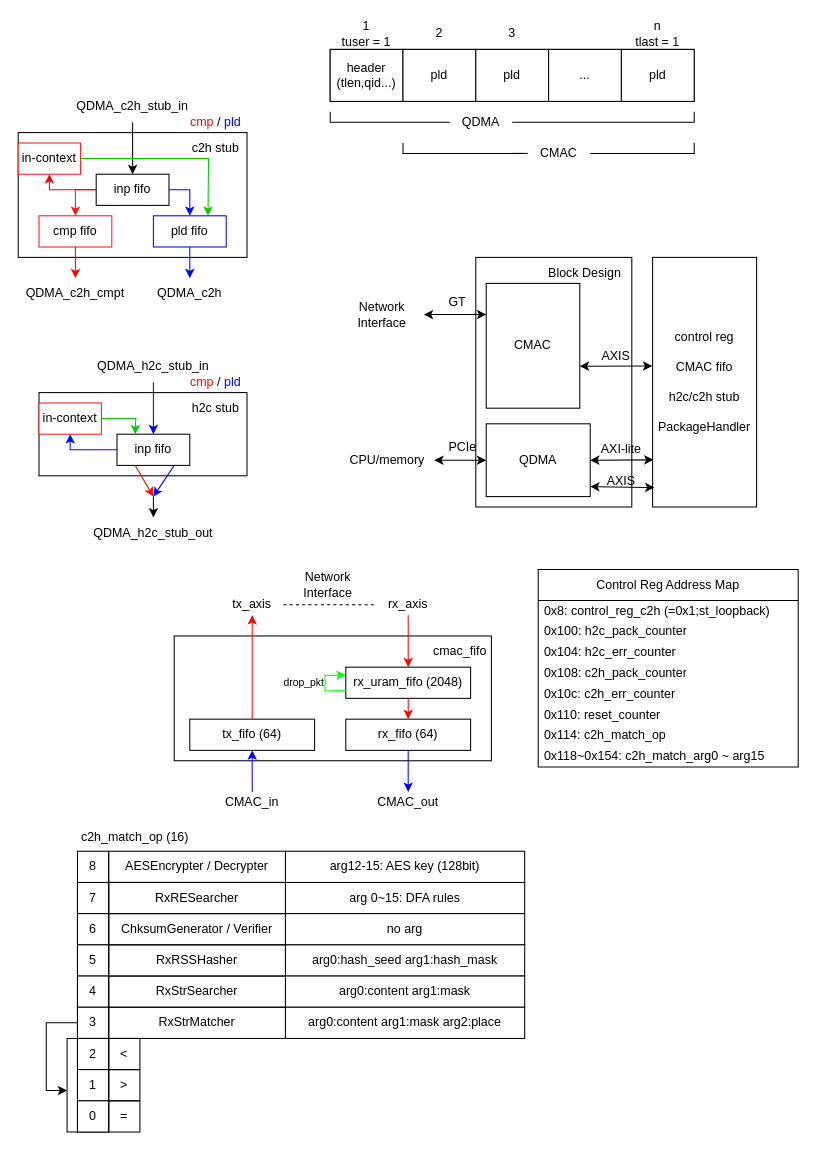
Above: drawio/stubs.drawio in Gwins7/SmartNIC (draw.io), before the change. Source tidied: cells renumbered, new cells numbered last; positions are measured from the earlier drawing's top-left corner, leaving out a move shared by most shapes. Both pictures are drawn from the tidied source at 104%, with x=0, y=0 at pixel (18, 18).
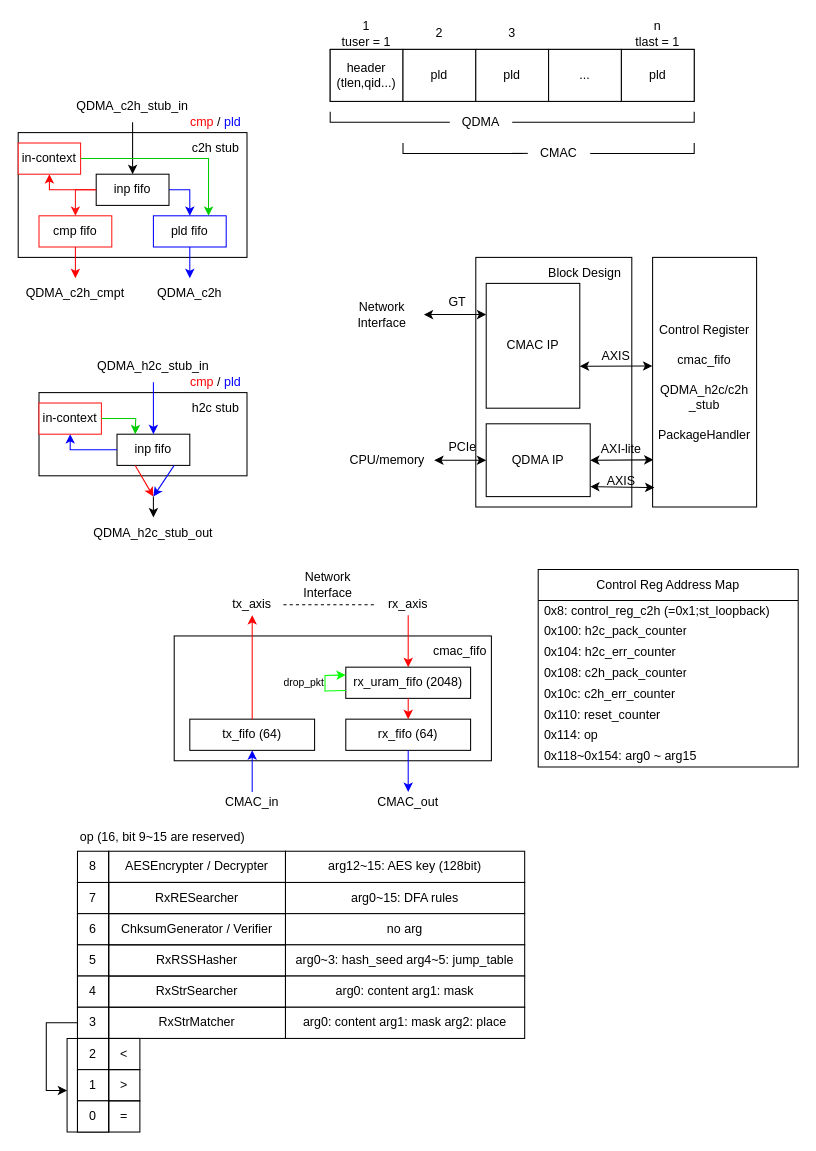
The same page after the edit.

Unchanged cells that the change refers to:
```xml
<mxCell id="2" style="group;" parent="1" vertex="1">
  <mxGeometry y="70" width="220" height="210" as="geometry" />
</mxCell>
<mxCell id="8" value="pld fifo" style="rounded=0;whiteSpace=wrap;html=1;strokeColor=#0000FF;" parent="2" vertex="1">
  <mxGeometry x="130" y="120" width="70" height="30" as="geometry" />
</mxCell>
<mxCell id="10" value="in-context" style="rounded=0;whiteSpace=wrap;html=1;strokeColor=#FF1414;" parent="2" vertex="1">
  <mxGeometry y="50" width="60" height="30" as="geometry" />
</mxCell>
<mxCell id="52" style="group;" parent="1" vertex="1">
  <mxGeometry x="310" y="230" width="400" height="240" as="geometry" />
</mxCell>
<mxCell id="70" value="Control Reg Address Map" style="swimlane;fontStyle=0;horizontal=1;startSize=30;whiteSpace=wrap;html=1;direction=east;" parent="1" vertex="1">
  <mxGeometry x="500" y="530" width="250" height="190" as="geometry" />
</mxCell>
<mxCell id="98" style="group;" parent="1" vertex="1">
  <mxGeometry x="27" y="773" width="460" height="298" as="geometry" />
</mxCell>
```

What changed in the source:
```diff
@@
-    <mxCell id="13" style="endArrow=classic;html=1;rounded=0;exitX=1;exitY=0.5;exitDx=0;exitDy=0;entryX=0.75;entryY=0;entryDx=0;entryDy=0;strokeColor=#00CC00;" parent="2" edge="1" source="10" target="8">
+    <mxCell id="13" style="endArrow=classic;html=1;rounded=0;exitX=1;exitY=0.5;exitDx=0;exitDy=0;strokeColor=#00CC00;" parent="2" edge="1" source="10">
       <mxGeometry relative="1" as="geometry">
+        <mxPoint x="183" y="120" as="targetPoint" />
         <Array as="points">
           <mxPoint x="183" y="65" />
         </Array>
       </mxGeometry>
     </mxCell>
@@
-    <mxCell id="54" value="CMAC" style="rounded=0;whiteSpace=wrap;html=1;strokeColor=#000000;fontColor=#000000;fillColor=#FFFFFF;" parent="52" vertex="1">
+    <mxCell id="54" value="CMAC IP" style="rounded=0;whiteSpace=wrap;html=1;strokeColor=#000000;fontColor=#000000;fillColor=#FFFFFF;" parent="52" vertex="1">
       <mxGeometry x="140" y="25" width="90" height="120" as="geometry" />
     </mxCell>
-    <mxCell id="55" value="QDMA" style="rounded=0;whiteSpace=wrap;html=1;strokeColor=#000000;fontColor=#000000;fillColor=#FFFFFF;" parent="52" vertex="1">
+    <mxCell id="55" value="QDMA IP" style="rounded=0;whiteSpace=wrap;html=1;strokeColor=#000000;fontColor=#000000;fillColor=#FFFFFF;" parent="52" vertex="1">
       <mxGeometry x="140" y="160" width="100" height="70" as="geometry" />
     </mxCell>
@@
-    <mxCell id="61" value="control reg&lt;br&gt;&lt;br&gt;CMAC fifo&lt;br&gt;&lt;br&gt;h2c/c2h stub&lt;br&gt;&lt;br&gt;PackageHandler" style="rounded=0;whiteSpace=wrap;html=1;strokeColor=#000000;fontColor=#000000;fillColor=#FFFFFF;" parent="52" vertex="1">
+    <mxCell id="61" value="Control Register&lt;br&gt;&lt;br&gt;cmac_fifo&lt;br&gt;&lt;br&gt;QDMA_h2c/c2h _stub&lt;br&gt;&lt;br&gt;PackageHandler" style="rounded=0;whiteSpace=wrap;html=1;strokeColor=#000000;fontColor=#000000;fillColor=#FFFFFF;" parent="52" vertex="1">
       <mxGeometry x="300" width="100" height="240" as="geometry" />
     </mxCell>
@@
-    <mxCell id="77" value="0x114: c2h_match_op" style="text;strokeColor=none;fillColor=none;align=left;verticalAlign=middle;spacingLeft=4;spacingRight=4;overflow=hidden;whiteSpace=wrap;html=1;" parent="70" vertex="1">
+    <mxCell id="77" value="0x114: op" style="text;strokeColor=none;fillColor=none;align=left;verticalAlign=middle;spacingLeft=4;spacingRight=4;overflow=hidden;whiteSpace=wrap;html=1;" parent="70" vertex="1">
       <mxGeometry y="150" width="250" height="20" as="geometry" />
     </mxCell>
-    <mxCell id="78" value="0x118~0x154: c2h_match_arg0 ~ arg15" style="text;strokeColor=none;fillColor=none;align=left;verticalAlign=middle;spacingLeft=4;spacingRight=4;overflow=hidden;whiteSpace=wrap;html=1;" parent="70" vertex="1">
+    <mxCell id="78" value="0x118~0x154: arg0 ~ arg15" style="text;strokeColor=none;fillColor=none;align=left;verticalAlign=middle;spacingLeft=4;spacingRight=4;overflow=hidden;whiteSpace=wrap;html=1;" parent="70" vertex="1">
       <mxGeometry y="170" width="250" height="20" as="geometry" />
     </mxCell>
@@
-    <mxCell id="99" value="c2h_match_op (16)" style="text;html=1;strokeColor=none;fillColor=none;align=center;verticalAlign=middle;whiteSpace=wrap;rounded=0;" parent="98" vertex="1">
-      <mxGeometry x="20.5" width="129" height="30" as="geometry" />
+    <mxCell id="99" value="op (16, bit 9~15 are reserved)" style="text;html=1;strokeColor=none;fillColor=none;align=center;verticalAlign=middle;whiteSpace=wrap;rounded=0;" parent="98" vertex="1">
+      <mxGeometry x="20.5" width="181.5" height="30" as="geometry" />
     </mxCell>
@@
-    <mxCell id="119" value="arg 0~15: DFA rules" style="rounded=0;whiteSpace=wrap;html=1;strokeColor=#000000;" parent="98" vertex="1">
+    <mxCell id="119" value="arg0~15: DFA rules" style="rounded=0;whiteSpace=wrap;html=1;strokeColor=#000000;" parent="98" vertex="1">
       <mxGeometry x="230" y="58" width="230" height="30" as="geometry" />
     </mxCell>
@@
-    <mxCell id="121" value="arg0:hash_seed arg1:hash_mask" style="rounded=0;whiteSpace=wrap;html=1;strokeColor=#000000;" parent="98" vertex="1">
+    <mxCell id="121" value="arg0~3: hash_seed arg4~5: jump_table" style="rounded=0;whiteSpace=wrap;html=1;strokeColor=#000000;" parent="98" vertex="1">
       <mxGeometry x="230" y="118" width="230" height="30" as="geometry" />
     </mxCell>
-    <mxCell id="122" value="arg0:content arg1:mask" style="rounded=0;whiteSpace=wrap;html=1;strokeColor=#000000;" parent="98" vertex="1">
+    <mxCell id="122" value="arg0: content arg1: mask" style="rounded=0;whiteSpace=wrap;html=1;strokeColor=#000000;" parent="98" vertex="1">
       <mxGeometry x="230" y="148" width="230" height="30" as="geometry" />
     </mxCell>
-    <mxCell id="123" value="arg0:content arg1:mask arg2:place" style="rounded=0;whiteSpace=wrap;html=1;strokeColor=#000000;" parent="98" vertex="1">
+    <mxCell id="123" value="arg0: content arg1: mask arg2: place" style="rounded=0;whiteSpace=wrap;html=1;strokeColor=#000000;" parent="98" vertex="1">
       <mxGeometry x="230" y="178" width="230" height="30" as="geometry" />
     </mxCell>
@@
-    <mxCell id="126" value="arg12-15: AES key (128bit)" style="rounded=0;whiteSpace=wrap;html=1;strokeColor=#000000;" parent="98" vertex="1">
+    <mxCell id="126" value="arg12~15: AES key (128bit)" style="rounded=0;whiteSpace=wrap;html=1;strokeColor=#000000;" parent="98" vertex="1">
       <mxGeometry x="230" y="28" width="230" height="30" as="geometry" />
     </mxCell>
```
